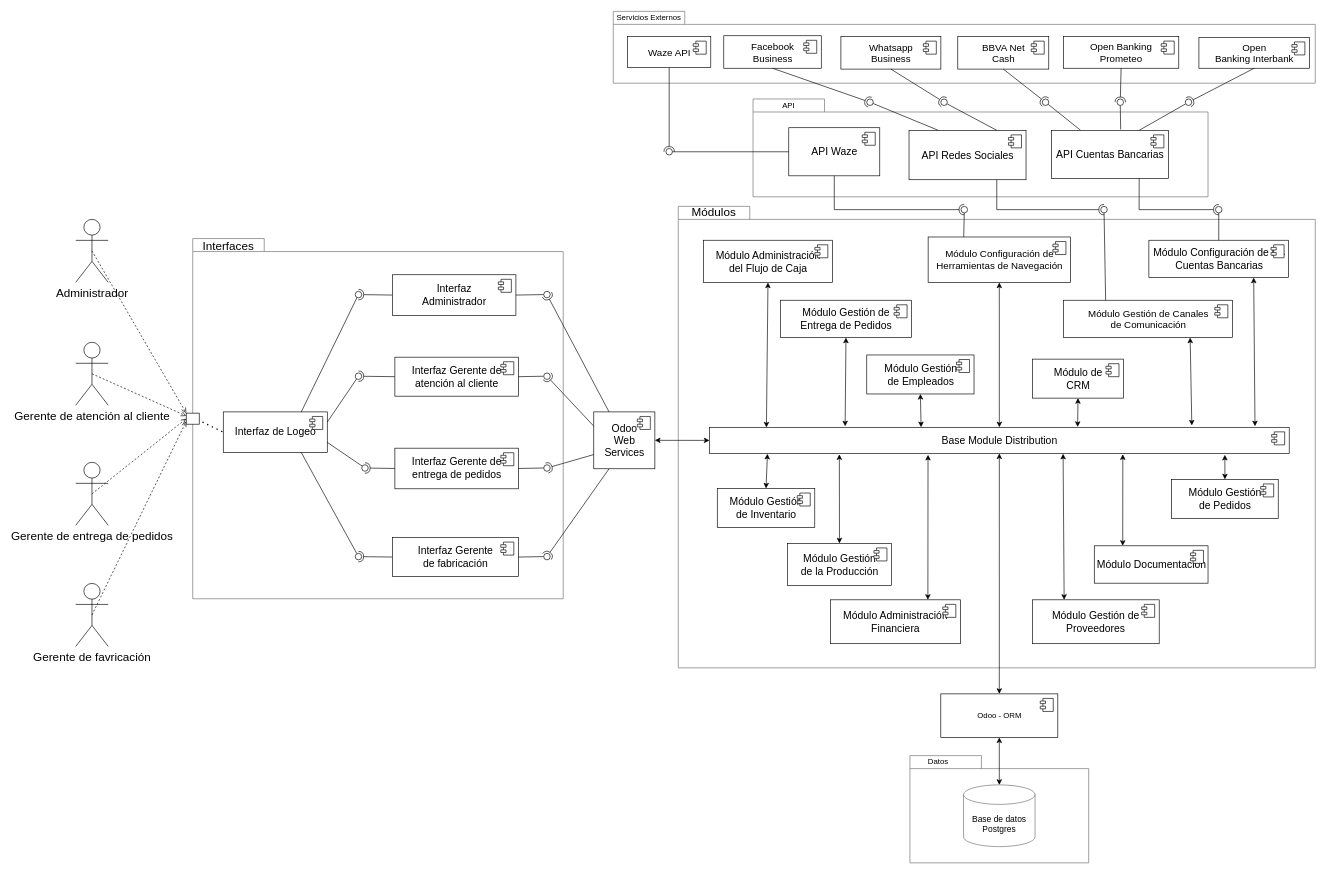
XDPVD/architecture-documentation-fisi-group4 keeps this draw.io diagram as functional-view/functional-view.drawio. Above is the earlier version. Source tidied: cells renumbered, new cells numbered last; positions are measured from the earlier drawing's top-left corner, leaving out a move shared by most shapes. Both pictures are drawn from the tidied source at 65%, with x=0, y=0 at pixel (75, 11).
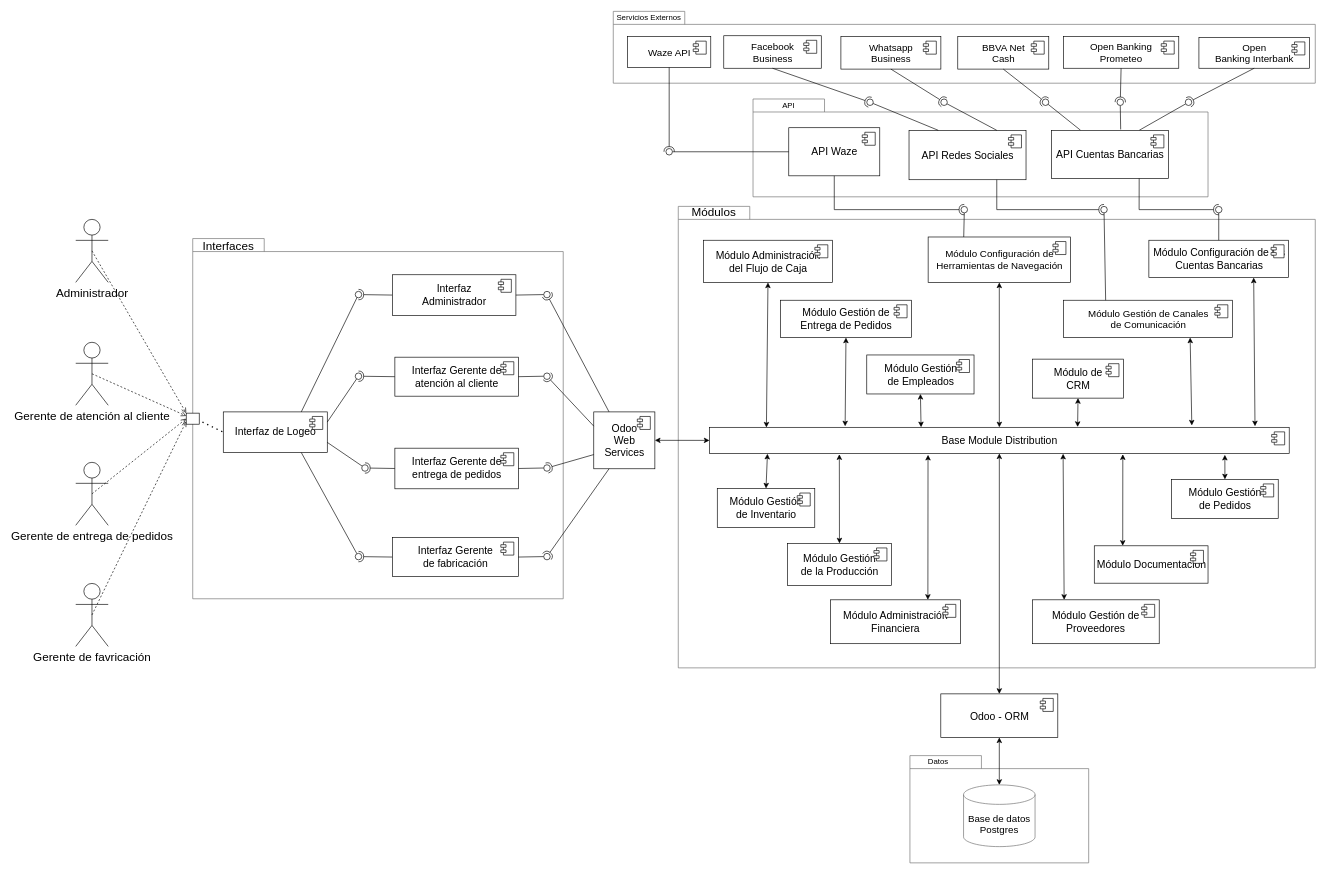
After the change.

Commit message:
functional-view-2.1

Change to the diagram source:
```diff
@@
-    <mxCell id="68" value="&lt;span style=&quot;font-size: 13px&quot;&gt;Base de datos&lt;/span&gt;&lt;br style=&quot;font-size: 13px&quot;&gt;&lt;span style=&quot;font-size: 13px&quot;&gt;Postgres&lt;/span&gt;" style="shape=cylinder3;whiteSpace=wrap;html=1;boundedLbl=1;backgroundOutline=1;size=15;strokeColor=#6E6E6E;" parent="1" vertex="1">
+    <mxCell id="68" value="&lt;font style=&quot;font-size: 15px&quot;&gt;Base de datos&lt;br&gt;Postgres&lt;/font&gt;" style="shape=cylinder3;whiteSpace=wrap;html=1;boundedLbl=1;backgroundOutline=1;size=15;strokeColor=#6E6E6E;" parent="1" vertex="1">
       <mxGeometry x="1365.9" y="1190" width="110" height="95" as="geometry" />
     </mxCell>
@@
-    <mxCell id="116" value="Odoo - ORM" style="html=1;" parent="1" vertex="1">
+    <mxCell id="116" value="&lt;font style=&quot;font-size: 16px&quot;&gt;Odoo - ORM&lt;/font&gt;" style="html=1;" parent="1" vertex="1">
       <mxGeometry x="1330.9" y="1050" width="180" height="67" as="geometry" />
     </mxCell>
```
